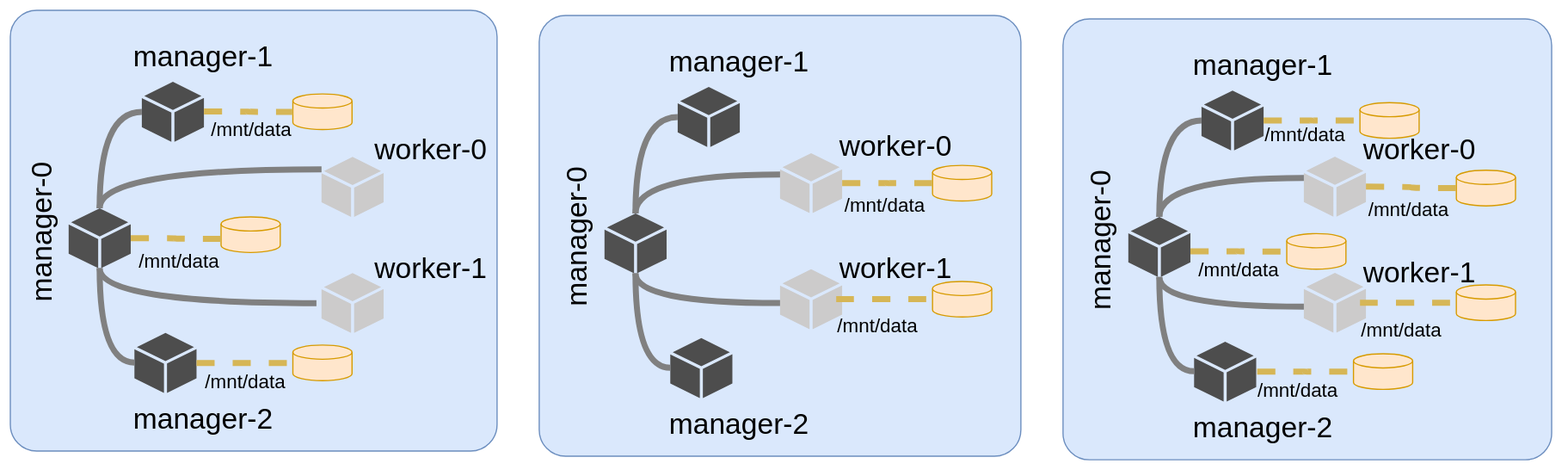
Earlier version of the draw.io export docs/assets/kaabah-volumes.svg (kalisio/kaabah). Source tidied: cells renumbered, new cells last; positions are measured from the earlier drawing's top-left corner, leaving out a move shared by most shapes.
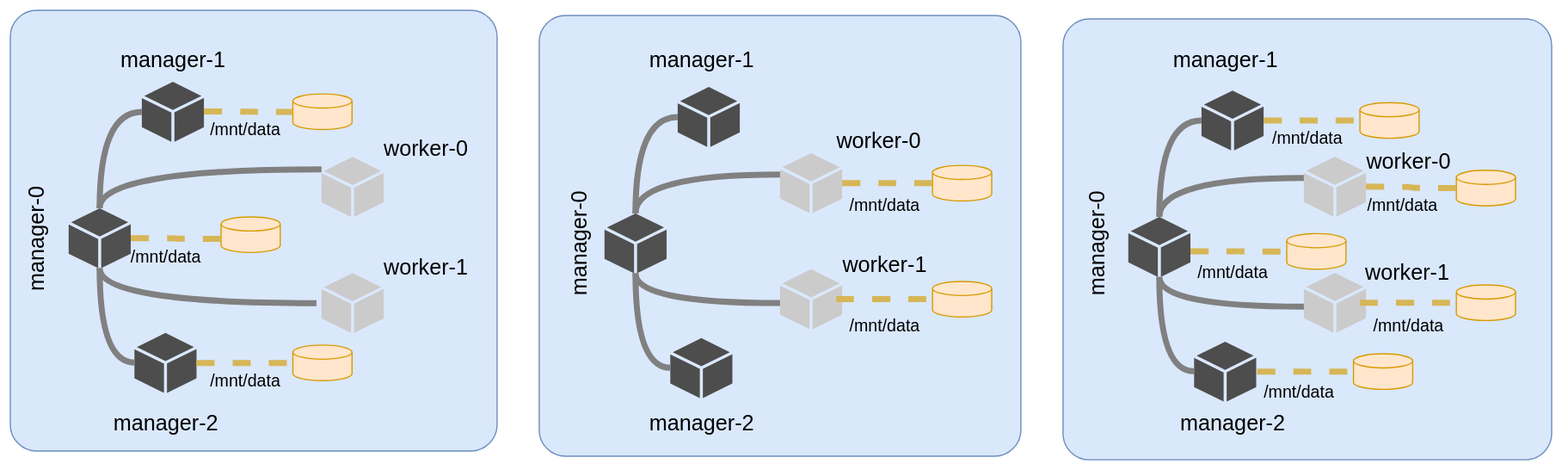
Later version of the same file.

Commit message:
feat: Upgrade to terraform 0.12 (close #143)

Change to the diagram source:
```diff
@@ -5,14 +5,8 @@
     <mxCell id="2" style="rounded=1;whiteSpace=wrap;html=1;arcSize=6;fillColor=#dae8fc;strokeColor=#6c8ebf;" parent="1" vertex="1">
       <mxGeometry x="40" width="404.2" height="365.8" as="geometry" />
     </mxCell>
-    <mxCell id="3" value="manager-0" style="text;html=1;align=left;verticalAlign=top;spacingTop=-4;fontSize=24;fontFamily=Helvetica;fontColor=#000000;rotation=-90;" parent="1" vertex="1">
-      <mxGeometry y="164.3" width="130" height="30" as="geometry" />
-    </mxCell>
-    <mxCell id="4" value="&lt;font style=&quot;font-size: 24px&quot;&gt;manager-2&lt;/font&gt;" style="text;html=1;align=center;verticalAlign=top;spacingTop=-4;fontSize=18;fontFamily=Helvetica;fontColor=#000000;" parent="1" vertex="1">
-      <mxGeometry x="135" y="323" width="130" height="20" as="geometry" />
-    </mxCell>
-    <mxCell id="5" value="&lt;font style=&quot;font-size: 24px&quot;&gt;manager-1&lt;/font&gt;" style="text;html=1;align=center;verticalAlign=top;spacingTop=-4;fontSize=18;fontFamily=Helvetica;fontColor=#000000;" parent="1" vertex="1">
-      <mxGeometry x="135" y="22" width="130" height="20" as="geometry" />
+    <mxCell id="5" value="&lt;font style=&quot;font-size: 18px;&quot;&gt;manager-1&lt;/font&gt;" style="text;html=1;align=center;verticalAlign=top;spacingTop=-4;fontSize=18;fontFamily=Helvetica;fontColor=#000000;" parent="1" vertex="1">
+      <mxGeometry x="125" y="29.2" width="100" height="20" as="geometry" />
     </mxCell>
     <mxCell id="6" style="shadow=0;dashed=0;html=1;strokeColor=none;fillColor=#505050;labelPosition=center;verticalLabelPosition=bottom;verticalAlign=top;outlineConnect=0;shape=mxgraph.office.concepts.node_generic;rounded=1;fontFamily=Helvetica;fontSize=24;fontColor=#000000;align=center;" parent="1" vertex="1">
       <mxGeometry x="88.4" y="164.3" width="51.6" height="49.7" as="geometry" />
@@ -37,21 +31,12 @@
         </Array>
       </mxGeometry>
     </mxCell>
-    <mxCell id="11" value="&lt;font style=&quot;font-size: 16px&quot;&gt;/mnt/data&lt;/font&gt;" style="text;html=1;align=center;verticalAlign=middle;fontSize=14;" parent="1" vertex="1">
-      <mxGeometry x="140" y="198" width="80" height="20" as="geometry" />
-    </mxCell>
     <mxCell id="12" style="shadow=0;dashed=0;html=1;strokeColor=none;labelPosition=center;verticalLabelPosition=bottom;verticalAlign=top;shape=mxgraph.office.concepts.node_generic;fillColor=#CCCBCB;rounded=1;fontFamily=Helvetica;fontSize=24;fontColor=#000000;align=center;" parent="1" vertex="1">
       <mxGeometry x="298.4" y="218" width="51.6" height="49.7" as="geometry" />
     </mxCell>
     <mxCell id="13" style="shadow=0;dashed=0;html=1;strokeColor=none;labelPosition=center;verticalLabelPosition=bottom;verticalAlign=top;outlineConnect=0;shape=mxgraph.office.concepts.node_generic;fillColor=#CCCBCB;rounded=1;fontFamily=Helvetica;fontSize=24;fontColor=#000000;align=center;" parent="1" vertex="1">
       <mxGeometry x="298.4" y="121.7" width="51.6" height="49.7" as="geometry" />
     </mxCell>
-    <mxCell id="14" value="&lt;font style=&quot;font-size: 24px&quot;&gt;worker-0&lt;/font&gt;" style="text;html=1;align=center;verticalAlign=top;spacingTop=-4;fontSize=18;fontFamily=Helvetica;fontColor=#000000;" parent="1" vertex="1">
-      <mxGeometry x="334.2" y="99" width="110" height="20" as="geometry" />
-    </mxCell>
-    <mxCell id="15" value="&lt;font style=&quot;font-size: 24px&quot;&gt;worker-1&lt;/font&gt;" style="text;html=1;align=center;verticalAlign=top;spacingTop=-4;fontSize=18;fontFamily=Helvetica;fontColor=#000000;" parent="1" vertex="1">
-      <mxGeometry x="334.2" y="198" width="110" height="20" as="geometry" />
-    </mxCell>
     <mxCell id="16" style="shape=cylinder2;whiteSpace=wrap;html=1;boundedLbl=1;backgroundOutline=1;size=5.8651471819195535;fillColor=#ffe6cc;strokeColor=#d79b00;" parent="1" vertex="1">
       <mxGeometry x="274.6" y="69.5" width="49.1" height="29.6" as="geometry" />
     </mxCell>
@@ -82,25 +67,22 @@
     <mxCell id="22" style="edgeStyle=orthogonalEdgeStyle;curved=1;html=1;jettySize=auto;strokeColor=#d6b656;strokeWidth=5;fontFamily=Helvetica;fontSize=18;fontColor=#000000;fillColor=#fff2cc;endArrow=none;endFill=0;dashed=1;entryX=0.009;entryY=0.618;entryDx=0;entryDy=0;entryPerimeter=0;" parent="1" edge="1" source="6" target="21">
       <mxGeometry relative="1" as="geometry" />
     </mxCell>
-    <mxCell id="23" value="&lt;font style=&quot;font-size: 16px&quot;&gt;/mnt/data&lt;/font&gt;" style="text;html=1;align=center;verticalAlign=middle;fontSize=14;" parent="1" vertex="1">
-      <mxGeometry x="194.6" y="297.5" width="80" height="20" as="geometry" />
+    <mxCell id="23" value="&lt;font style=&quot;font-size: 14px;&quot;&gt;/mnt/data&lt;/font&gt;" style="text;html=1;align=center;verticalAlign=middle;fontSize=14;" parent="1" vertex="1">
+      <mxGeometry x="199.6" y="297.5" width="70" height="20" as="geometry" />
     </mxCell>
     <mxCell id="24" style="edgeStyle=orthogonalEdgeStyle;curved=1;html=1;jettySize=auto;strokeColor=#d6b656;strokeWidth=5;fontFamily=Helvetica;fontSize=18;fontColor=#000000;fillColor=#fff2cc;endArrow=none;endFill=0;dashed=1;" parent="1" edge="1" target="16">
       <mxGeometry relative="1" as="geometry">
         <mxPoint x="200.8" y="84.1" as="sourcePoint" />
       </mxGeometry>
     </mxCell>
-    <mxCell id="25" value="&lt;font style=&quot;font-size: 16px&quot;&gt;/mnt/data&lt;/font&gt;" style="text;html=1;align=center;verticalAlign=middle;fontSize=14;" parent="1" vertex="1">
-      <mxGeometry x="199.6" y="89.1" width="80" height="20" as="geometry" />
-    </mxCell>
     <mxCell id="26" style="rounded=1;whiteSpace=wrap;html=1;arcSize=6;fillColor=#dae8fc;strokeColor=#6c8ebf;" parent="1" vertex="1">
       <mxGeometry x="479.2" y="4.3" width="400" height="365.8" as="geometry" />
     </mxCell>
-    <mxCell id="27" value="&lt;font style=&quot;font-size: 24px&quot;&gt;manager-2&lt;/font&gt;" style="text;html=1;align=center;verticalAlign=top;spacingTop=-4;fontSize=18;fontFamily=Helvetica;fontColor=#000000;" parent="1" vertex="1">
-      <mxGeometry x="580" y="327.4" width="130" height="20" as="geometry" />
+    <mxCell id="27" value="&lt;font style=&quot;font-size: 18px;&quot;&gt;manager-2&lt;/font&gt;" style="text;html=1;align=center;verticalAlign=top;spacingTop=-4;fontSize=18;fontFamily=Helvetica;fontColor=#000000;" parent="1" vertex="1">
+      <mxGeometry x="563.9" y="330.3" width="100" height="20" as="geometry" />
     </mxCell>
-    <mxCell id="28" value="&lt;font style=&quot;font-size: 24px&quot;&gt;manager-1&lt;/font&gt;" style="text;html=1;align=center;verticalAlign=top;spacingTop=-4;fontSize=18;fontFamily=Helvetica;fontColor=#000000;" parent="1" vertex="1">
-      <mxGeometry x="580" y="26.3" width="130" height="20" as="geometry" />
+    <mxCell id="28" value="&lt;font style=&quot;font-size: 18px;&quot;&gt;manager-1&lt;/font&gt;" style="text;html=1;align=center;verticalAlign=top;spacingTop=-4;fontSize=18;fontFamily=Helvetica;fontColor=#000000;" parent="1" vertex="1">
+      <mxGeometry x="563.9" y="29.2" width="100" height="20" as="geometry" />
     </mxCell>
     <mxCell id="29" style="shadow=0;dashed=0;html=1;strokeColor=none;fillColor=#505050;labelPosition=center;verticalLabelPosition=bottom;verticalAlign=top;outlineConnect=0;shape=mxgraph.office.concepts.node_generic;rounded=1;fontFamily=Helvetica;fontSize=24;fontColor=#000000;align=center;" parent="1" vertex="1">
       <mxGeometry x="533.4" y="168.6" width="51.6" height="49.7" as="geometry" />
@@ -131,11 +113,11 @@
     <mxCell id="35" style="shadow=0;dashed=0;html=1;strokeColor=none;labelPosition=center;verticalLabelPosition=bottom;verticalAlign=top;outlineConnect=0;shape=mxgraph.office.concepts.node_generic;fillColor=#CCCBCB;rounded=1;fontFamily=Helvetica;fontSize=24;fontColor=#000000;align=center;" parent="1" vertex="1">
       <mxGeometry x="679.2" y="118.6" width="51.6" height="49.7" as="geometry" />
     </mxCell>
-    <mxCell id="36" value="&lt;font style=&quot;font-size: 24px&quot;&gt;worker-0&lt;/font&gt;" style="text;html=1;align=center;verticalAlign=top;spacingTop=-4;fontSize=18;fontFamily=Helvetica;fontColor=#000000;" parent="1" vertex="1">
-      <mxGeometry x="720" y="95.9" width="110" height="20" as="geometry" />
+    <mxCell id="36" value="&lt;font style=&quot;font-size: 18px;&quot;&gt;worker-0&lt;/font&gt;" style="text;html=1;align=center;verticalAlign=top;spacingTop=-4;fontSize=18;fontFamily=Helvetica;fontColor=#000000;" parent="1" vertex="1">
+      <mxGeometry x="715.8" y="96.3" width="90" height="20" as="geometry" />
     </mxCell>
-    <mxCell id="37" value="&lt;font style=&quot;font-size: 24px&quot;&gt;worker-1&lt;/font&gt;" style="text;html=1;align=center;verticalAlign=top;spacingTop=-4;fontSize=18;fontFamily=Helvetica;fontColor=#000000;" parent="1" vertex="1">
-      <mxGeometry x="720" y="197.9" width="110" height="20" as="geometry" />
+    <mxCell id="37" value="&lt;font style=&quot;font-size: 18px;&quot;&gt;worker-1&lt;/font&gt;" style="text;html=1;align=center;verticalAlign=top;spacingTop=-4;fontSize=18;fontFamily=Helvetica;fontColor=#000000;" parent="1" vertex="1">
+      <mxGeometry x="720.8" y="199.2" width="90" height="20" as="geometry" />
     </mxCell>
     <mxCell id="38" style="shape=cylinder2;whiteSpace=wrap;html=1;boundedLbl=1;backgroundOutline=1;size=5.8651471819195535;fillColor=#ffe6cc;strokeColor=#d79b00;" parent="1" vertex="1">
       <mxGeometry x="805.9" y="225" width="49.1" height="29.6" as="geometry" />
@@ -160,11 +142,8 @@
         <mxPoint x="725.8" y="239.8" as="sourcePoint" />
       </mxGeometry>
     </mxCell>
-    <mxCell id="42" value="&lt;font style=&quot;font-size: 16px&quot;&gt;/mnt/data&lt;/font&gt;" style="text;html=1;align=center;verticalAlign=middle;fontSize=14;" parent="1" vertex="1">
-      <mxGeometry x="720" y="252.1" width="80" height="20" as="geometry" />
-    </mxCell>
-    <mxCell id="43" value="manager-0" style="text;html=1;align=left;verticalAlign=top;spacingTop=-4;fontSize=24;fontFamily=Helvetica;fontColor=#000000;rotation=-90;" parent="1" vertex="1">
-      <mxGeometry x="444.2" y="167.9" width="130" height="30" as="geometry" />
+    <mxCell id="43" value="manager-0" style="text;html=1;align=left;verticalAlign=top;spacingTop=-4;fontSize=18;fontFamily=Helvetica;fontColor=#000000;rotation=-90;" parent="1" vertex="1">
+      <mxGeometry x="460" y="179.2" width="100" height="20" as="geometry" />
     </mxCell>
     <mxCell id="44" style="shape=cylinder2;whiteSpace=wrap;html=1;boundedLbl=1;backgroundOutline=1;size=5.8651471819195535;fillColor=#ffe6cc;strokeColor=#d79b00;" parent="1" vertex="1">
       <mxGeometry x="805.9" y="128.7" width="49.1" height="29.6" as="geometry" />
@@ -174,18 +153,9 @@
         <mxPoint x="730.8" y="143.4" as="sourcePoint" />
       </mxGeometry>
     </mxCell>
-    <mxCell id="46" value="&lt;font style=&quot;font-size: 16px&quot;&gt;/mnt/data&lt;/font&gt;" style="text;html=1;align=center;verticalAlign=middle;fontSize=14;" parent="1" vertex="1">
-      <mxGeometry x="725.8" y="152.4" width="80" height="20" as="geometry" />
-    </mxCell>
     <mxCell id="47" style="rounded=1;whiteSpace=wrap;html=1;arcSize=6;fillColor=#dae8fc;strokeColor=#6c8ebf;" parent="1" vertex="1">
       <mxGeometry x="914.2" y="7.2" width="405.8" height="365.8" as="geometry" />
     </mxCell>
-    <mxCell id="48" value="&lt;font style=&quot;font-size: 24px&quot;&gt;manager-2&lt;/font&gt;" style="text;html=1;align=center;verticalAlign=top;spacingTop=-4;fontSize=18;fontFamily=Helvetica;fontColor=#000000;" parent="1" vertex="1">
-      <mxGeometry x="1015" y="330.3" width="130" height="20" as="geometry" />
-    </mxCell>
-    <mxCell id="49" value="&lt;font style=&quot;font-size: 24px&quot;&gt;manager-1&lt;/font&gt;" style="text;html=1;align=center;verticalAlign=top;spacingTop=-4;fontSize=18;fontFamily=Helvetica;fontColor=#000000;" parent="1" vertex="1">
-      <mxGeometry x="1015" y="29.2" width="130" height="20" as="geometry" />
-    </mxCell>
     <mxCell id="50" style="shadow=0;dashed=0;html=1;strokeColor=none;fillColor=#505050;labelPosition=center;verticalLabelPosition=bottom;verticalAlign=top;outlineConnect=0;shape=mxgraph.office.concepts.node_generic;rounded=1;fontFamily=Helvetica;fontSize=24;fontColor=#000000;align=center;" parent="1" vertex="1">
       <mxGeometry x="968.4" y="171.5" width="51.6" height="49.7" as="geometry" />
     </mxCell>
@@ -215,12 +185,6 @@
     <mxCell id="56" style="shadow=0;dashed=0;html=1;strokeColor=none;labelPosition=center;verticalLabelPosition=bottom;verticalAlign=top;outlineConnect=0;shape=mxgraph.office.concepts.node_generic;fillColor=#CCCBCB;rounded=1;fontFamily=Helvetica;fontSize=24;fontColor=#000000;align=center;" parent="1" vertex="1">
       <mxGeometry x="1114.2" y="121.5" width="51.6" height="49.7" as="geometry" />
     </mxCell>
-    <mxCell id="57" value="&lt;font style=&quot;font-size: 24px&quot;&gt;worker-0&lt;/font&gt;" style="text;html=1;align=center;verticalAlign=top;spacingTop=-4;fontSize=18;fontFamily=Helvetica;fontColor=#000000;" parent="1" vertex="1">
-      <mxGeometry x="1155" y="98.8" width="110" height="20" as="geometry" />
-    </mxCell>
-    <mxCell id="58" value="&lt;font style=&quot;font-size: 24px&quot;&gt;worker-1&lt;/font&gt;" style="text;html=1;align=center;verticalAlign=top;spacingTop=-4;fontSize=18;fontFamily=Helvetica;fontColor=#000000;" parent="1" vertex="1">
-      <mxGeometry x="1155" y="200.8" width="110" height="20" as="geometry" />
-    </mxCell>
     <mxCell id="59" style="shape=cylinder2;whiteSpace=wrap;html=1;boundedLbl=1;backgroundOutline=1;size=5.8651471819195535;fillColor=#ffe6cc;strokeColor=#d79b00;" parent="1" vertex="1">
       <mxGeometry x="1240.9" y="227.9" width="49.1" height="29.6" as="geometry" />
     </mxCell>
@@ -244,12 +208,6 @@
         <mxPoint x="1160.8" y="242.7" as="sourcePoint" />
       </mxGeometry>
     </mxCell>
-    <mxCell id="63" value="&lt;font style=&quot;font-size: 16px&quot;&gt;/mnt/data&lt;/font&gt;" style="text;html=1;align=center;verticalAlign=middle;fontSize=14;" parent="1" vertex="1">
-      <mxGeometry x="1155" y="255" width="80" height="20" as="geometry" />
-    </mxCell>
-    <mxCell id="64" value="manager-0" style="text;html=1;align=left;verticalAlign=top;spacingTop=-4;fontSize=24;fontFamily=Helvetica;fontColor=#000000;rotation=-90;" parent="1" vertex="1">
-      <mxGeometry x="879.2" y="170.8" width="130" height="30" as="geometry" />
-    </mxCell>
     <mxCell id="65" style="shape=cylinder2;whiteSpace=wrap;html=1;boundedLbl=1;backgroundOutline=1;size=5.8651471819195535;fillColor=#ffe6cc;strokeColor=#d79b00;" parent="1" vertex="1">
       <mxGeometry x="1240.9" y="132.8" width="49.1" height="29.6" as="geometry" />
     </mxCell>
@@ -258,9 +216,6 @@
         <mxPoint x="1165.8" y="146.4" as="sourcePoint" />
       </mxGeometry>
     </mxCell>
-    <mxCell id="67" value="&lt;font style=&quot;font-size: 16px&quot;&gt;/mnt/data&lt;/font&gt;" style="text;html=1;align=center;verticalAlign=middle;fontSize=14;" parent="1" vertex="1">
-      <mxGeometry x="1160.8" y="155.4" width="80" height="20" as="geometry" />
-    </mxCell>
     <mxCell id="68" style="shape=cylinder2;whiteSpace=wrap;html=1;boundedLbl=1;backgroundOutline=1;size=5.8651471819195535;fillColor=#ffe6cc;strokeColor=#d79b00;" parent="1" vertex="1">
       <mxGeometry x="1155.4" y="285.1" width="49.1" height="29.6" as="geometry" />
     </mxCell>
@@ -285,14 +240,59 @@
         <mxPoint x="1080.8" y="91.4" as="sourcePoint" />
       </mxGeometry>
     </mxCell>
-    <mxCell id="74" value="&lt;font style=&quot;font-size: 16px&quot;&gt;/mnt/data&lt;/font&gt;" style="text;html=1;align=center;verticalAlign=middle;fontSize=14;" parent="1" vertex="1">
-      <mxGeometry x="1075" y="93.4" width="80" height="20" as="geometry" />
-    </mxCell>
-    <mxCell id="75" value="&lt;font style=&quot;font-size: 16px&quot;&gt;/mnt/data&lt;/font&gt;" style="text;html=1;align=center;verticalAlign=middle;fontSize=14;" parent="1" vertex="1">
-      <mxGeometry x="1020" y="205" width="80" height="20" as="geometry" />
-    </mxCell>
-    <mxCell id="76" value="&lt;font style=&quot;font-size: 16px&quot;&gt;/mnt/data&lt;/font&gt;" style="text;html=1;align=center;verticalAlign=middle;fontSize=14;" parent="1" vertex="1">
-      <mxGeometry x="1069.2" y="304.7" width="80" height="20" as="geometry" />
-    </mxCell>
+    <mxCell id="49" value="&lt;font style=&quot;font-size: 18px;&quot;&gt;manager-1&lt;/font&gt;" style="text;html=1;align=center;verticalAlign=top;spacingTop=-4;fontSize=18;fontFamily=Helvetica;fontColor=#000000;" parent="1" vertex="1">
+      <mxGeometry x="998.9" y="29.2" width="100" height="20" as="geometry" />
+    </mxCell>
+    <mxCell id="77" value="&lt;font style=&quot;font-size: 18px;&quot;&gt;manager-2&lt;/font&gt;" style="text;html=1;align=center;verticalAlign=top;spacingTop=-4;fontSize=18;fontFamily=Helvetica;fontColor=#000000;" parent="1" vertex="1">
+      <mxGeometry x="1005" y="330.3" width="100" height="20" as="geometry" />
+    </mxCell>
+    <mxCell id="78" value="manager-0" style="text;html=1;align=left;verticalAlign=top;spacingTop=-4;fontSize=18;fontFamily=Helvetica;fontColor=#000000;rotation=-90;" parent="1" vertex="1">
+      <mxGeometry x="890" y="179.2" width="100" height="20" as="geometry" />
+    </mxCell>
+    <mxCell id="79" value="&lt;font style=&quot;font-size: 18px;&quot;&gt;worker-0&lt;/font&gt;" style="text;html=1;align=center;verticalAlign=top;spacingTop=-4;fontSize=18;fontFamily=Helvetica;fontColor=#000000;" parent="1" vertex="1">
+      <mxGeometry x="1155.8" y="112.8" width="90" height="20" as="geometry" />
+    </mxCell>
+    <mxCell id="80" value="&lt;font style=&quot;font-size: 18px;&quot;&gt;worker-1&lt;/font&gt;" style="text;html=1;align=center;verticalAlign=top;spacingTop=-4;fontSize=18;fontFamily=Helvetica;fontColor=#000000;" parent="1" vertex="1">
+      <mxGeometry x="1155" y="205" width="90" height="20" as="geometry" />
+    </mxCell>
+    <mxCell id="81" value="manager-0" style="text;html=1;align=left;verticalAlign=top;spacingTop=-4;fontSize=18;fontFamily=Helvetica;fontColor=#000000;rotation=-90;" parent="1" vertex="1">
+      <mxGeometry x="10" y="175.4" width="100" height="20" as="geometry" />
+    </mxCell>
+    <mxCell id="82" value="&lt;font style=&quot;font-size: 18px;&quot;&gt;manager-2&lt;/font&gt;" style="text;html=1;align=center;verticalAlign=top;spacingTop=-4;fontSize=18;fontFamily=Helvetica;fontColor=#000000;" parent="1" vertex="1">
+      <mxGeometry x="118.9" y="330.3" width="100" height="20" as="geometry" />
+    </mxCell>
+    <mxCell id="83" value="&lt;font style=&quot;font-size: 18px;&quot;&gt;worker-0&lt;/font&gt;" style="text;html=1;align=center;verticalAlign=top;spacingTop=-4;fontSize=18;fontFamily=Helvetica;fontColor=#000000;" parent="1" vertex="1">
+      <mxGeometry x="340" y="101.5" width="90" height="20" as="geometry" />
+    </mxCell>
+    <mxCell id="84" value="&lt;font style=&quot;font-size: 18px;&quot;&gt;worker-1&lt;/font&gt;" style="text;html=1;align=center;verticalAlign=top;spacingTop=-4;fontSize=18;fontFamily=Helvetica;fontColor=#000000;" parent="1" vertex="1">
+      <mxGeometry x="340" y="201.3" width="90" height="20" as="geometry" />
+    </mxCell>
+    <mxCell id="85" value="&lt;font style=&quot;font-size: 14px;&quot;&gt;/mnt/data&lt;/font&gt;" style="text;html=1;align=center;verticalAlign=middle;fontSize=14;" parent="1" vertex="1">
+      <mxGeometry x="133.9" y="195.4" width="70" height="20" as="geometry" />
+    </mxCell>
+    <mxCell id="86" value="&lt;font style=&quot;font-size: 14px;&quot;&gt;/mnt/data&lt;/font&gt;" style="text;html=1;align=center;verticalAlign=middle;fontSize=14;" parent="1" vertex="1">
+      <mxGeometry x="199.6" y="89.1" width="70" height="20" as="geometry" />
+    </mxCell>
+    <mxCell id="87" value="&lt;font style=&quot;font-size: 14px;&quot;&gt;/mnt/data&lt;/font&gt;" style="text;html=1;align=center;verticalAlign=middle;fontSize=14;" parent="1" vertex="1">
+      <mxGeometry x="730.8" y="151.5" width="70" height="20" as="geometry" />
+    </mxCell>
+    <mxCell id="88" value="&lt;font style=&quot;font-size: 14px;&quot;&gt;/mnt/data&lt;/font&gt;" style="text;html=1;align=center;verticalAlign=middle;fontSize=14;" parent="1" vertex="1">
+      <mxGeometry x="730.8" y="252.1" width="70" height="20" as="geometry" />
+    </mxCell>
+    <mxCell id="89" value="&lt;font style=&quot;font-size: 14px;&quot;&gt;/mnt/data&lt;/font&gt;" style="text;html=1;align=center;verticalAlign=middle;fontSize=14;" parent="1" vertex="1">
+      <mxGeometry x="1082.1" y="96.3" width="70" height="20" as="geometry" />
+    </mxCell>
+    <mxCell id="90" value="&lt;font style=&quot;font-size: 14px;&quot;&gt;/mnt/data&lt;/font&gt;" style="text;html=1;align=center;verticalAlign=middle;fontSize=14;" parent="1" vertex="1">
+      <mxGeometry x="1160.8" y="151.5" width="70" height="20" as="geometry" />
+    </mxCell>
+    <mxCell id="91" value="&lt;font style=&quot;font-size: 14px;&quot;&gt;/mnt/data&lt;/font&gt;" style="text;html=1;align=center;verticalAlign=middle;fontSize=14;" parent="1" vertex="1">
+      <mxGeometry x="1165.8" y="252.1" width="70" height="20" as="geometry" />
+    </mxCell>
+    <mxCell id="92" value="&lt;font style=&quot;font-size: 14px;&quot;&gt;/mnt/data&lt;/font&gt;" style="text;html=1;align=center;verticalAlign=middle;fontSize=14;" parent="1" vertex="1">
+      <mxGeometry x="1074.6" y="307.4" width="70" height="20" as="geometry" />
+    </mxCell>
+    <mxCell id="93" value="&lt;font style=&quot;font-size: 14px;&quot;&gt;/mnt/data&lt;/font&gt;" style="text;html=1;align=center;verticalAlign=middle;fontSize=14;" parent="1" vertex="1">
+      <mxGeometry x="1020" y="207.9" width="70" height="20" as="geometry" />
+    </mxCell>
   </root>
 </mxGraphModel>
```
